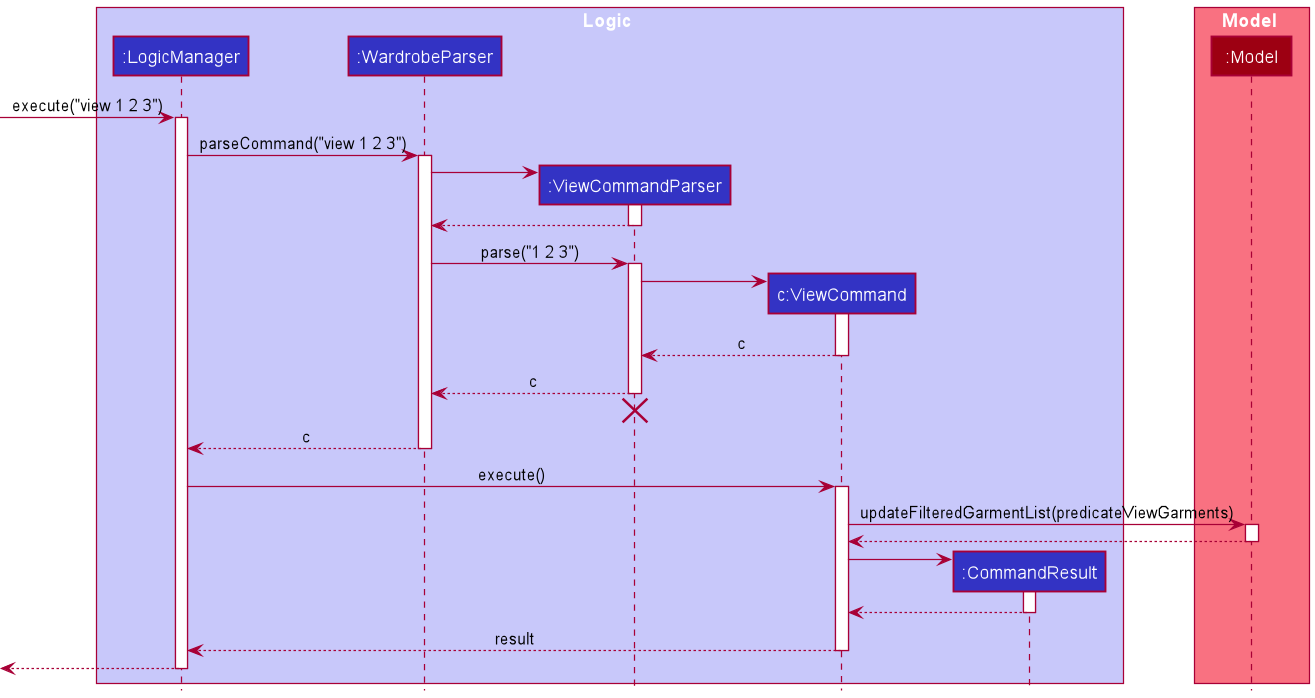
Above: docs/images/ViewSequenceDiagram.png in nus-cs2103-AY2021S2/tp (PlantUML), before the change.
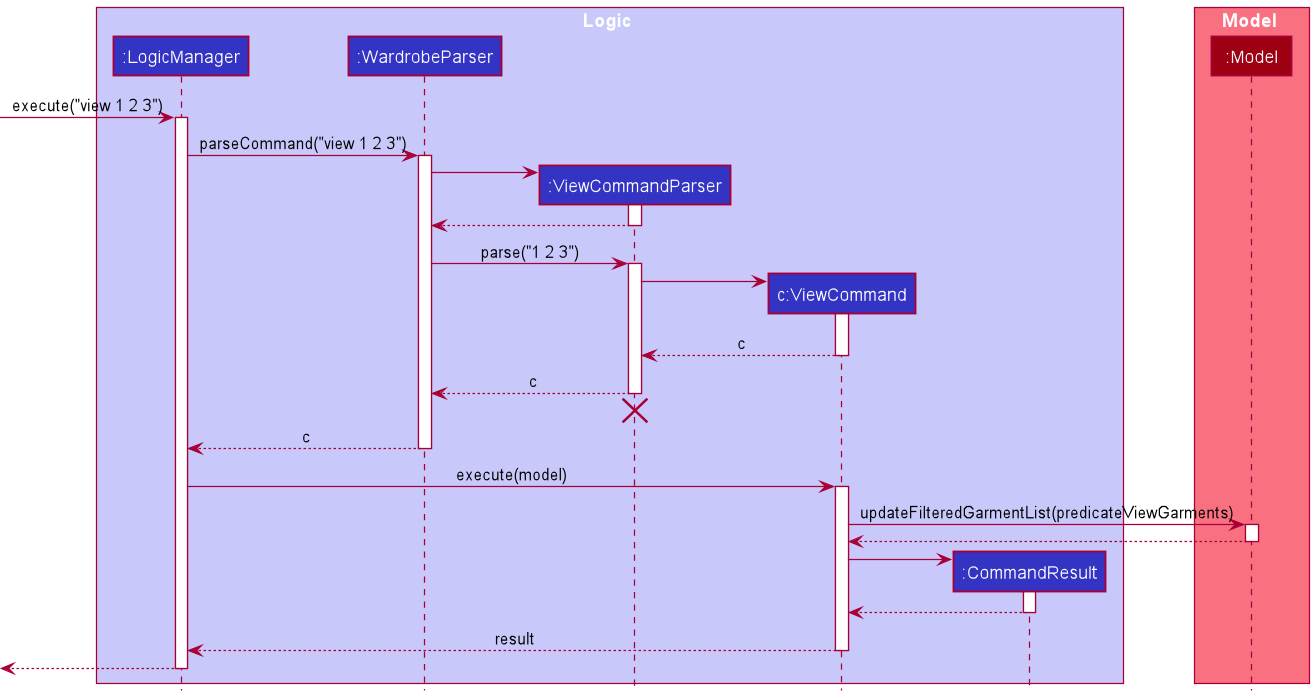
The same file after the commit.

The edit, as a diff of the source:
```diff
@@ -44,7 +44,7 @@
 WardrobeParser --> LogicManager : c
 deactivate WardrobeParser
 
-LogicManager -> ViewCommand : execute()
+LogicManager -> ViewCommand : execute(model)
 activate ViewCommand
 
 ViewCommand -> Model : updateFilteredGarmentList(predicateViewGarments)
```
